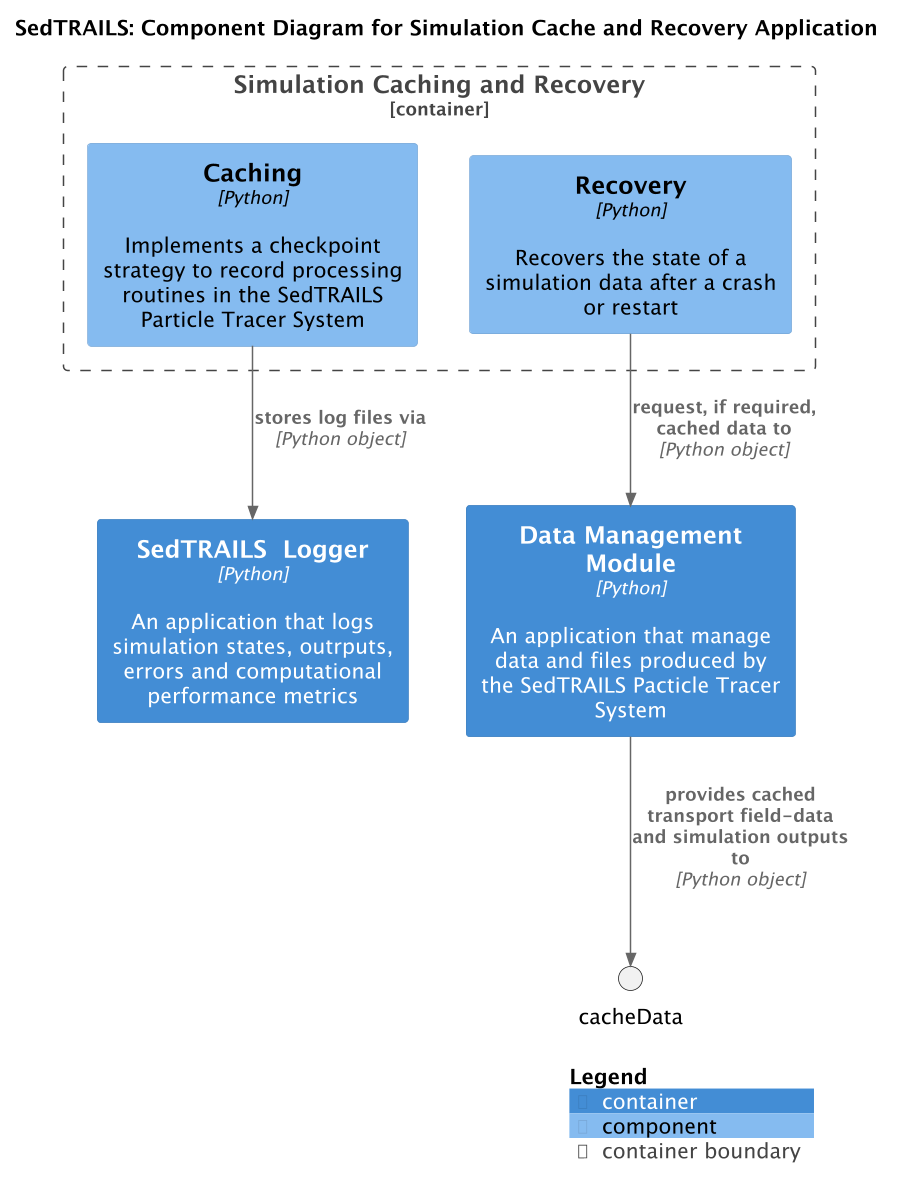
sgpearson17/sedtrails-sgp keeps this PlantUML diagram as docs/_static/img/architecture/SedtrailComponentsCache.png. Above is the earlier version.
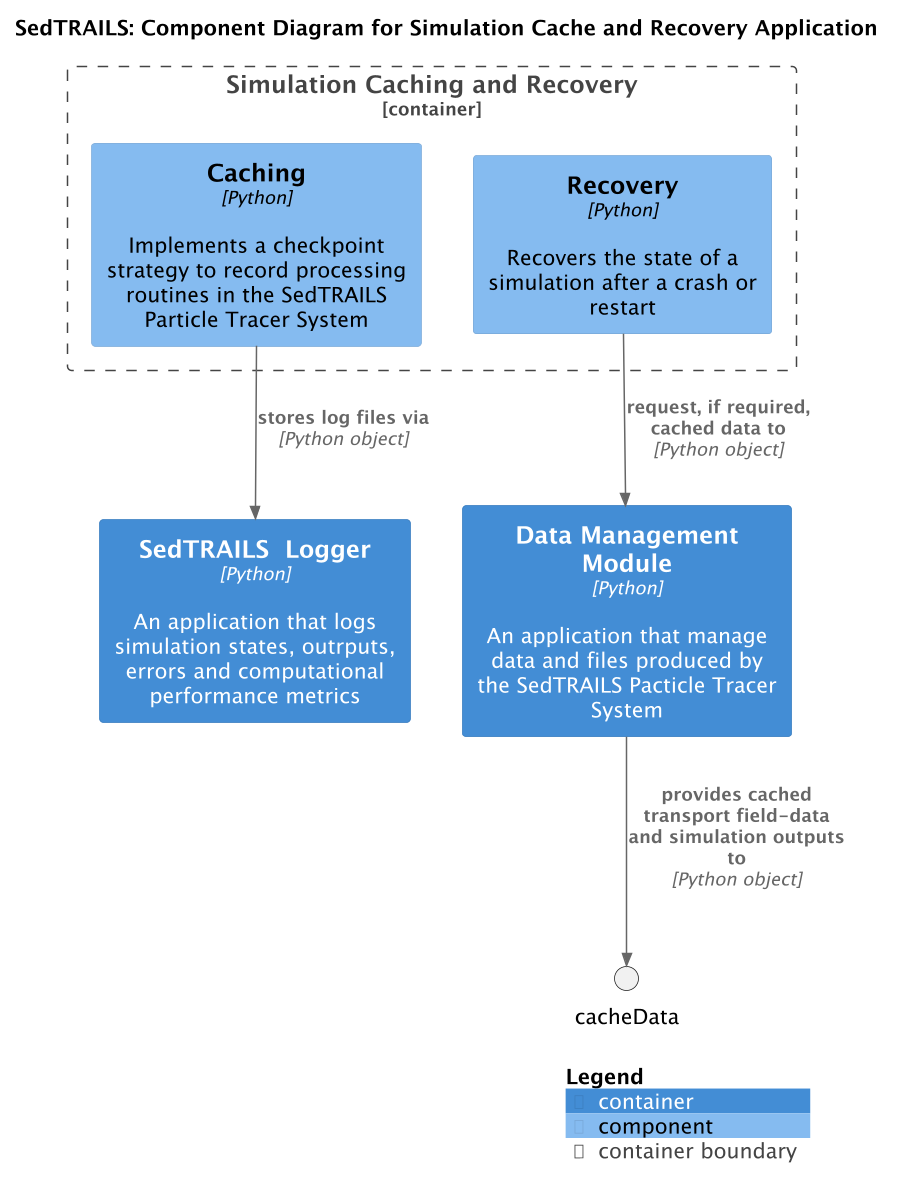
Later version of the same file.

Commit message:
chore: update recovery component description and replace architecture images for SedTRAILS

What changed in the source:
```diff
@@ -11,7 +11,7 @@
 
 Container_Boundary(cache, "Simulation Caching and Recovery", "Python", "Provides functionality to recover simulation output, allow restarts, and reusing simulation inputs and outputs"){
     Component(caching, "Caching", "Python", "Implements a checkpoint strategy to record processing routines in the SedTRAILS Particle Tracer System")
-    Component(recovery, "Recovery", "Python", "Recovers the state of a simulation data after a crash or restart")
+    Component(recovery, "Recovery", "Python", "Recovers the state of a simulation after a crash or restart")
 }
 
 Rel(recovery, dataManager , "request, if required, cached data to", "Python object")
```
